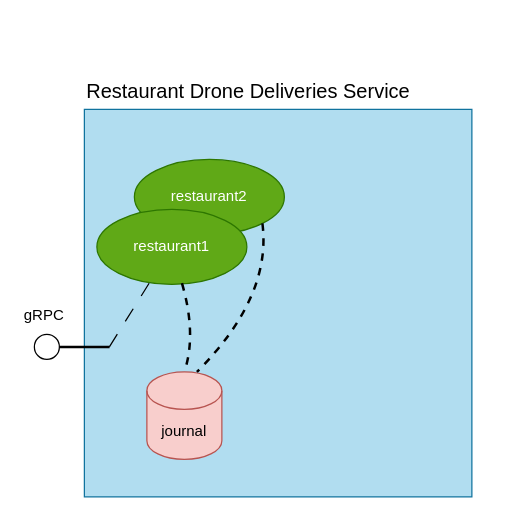
The draw.io diagram akka-edge-docs/src/main/paradox/images/guide-section-3.drawio in akka/akka-projection, before the edit. Source tidied: cells renumbered, new cells numbered last; positions are measured from the earlier drawing's top-left corner, leaving out a move shared by most shapes. Both pictures are drawn from the tidied source at 125%, with x=0, y=0 at pixel (21, 71).
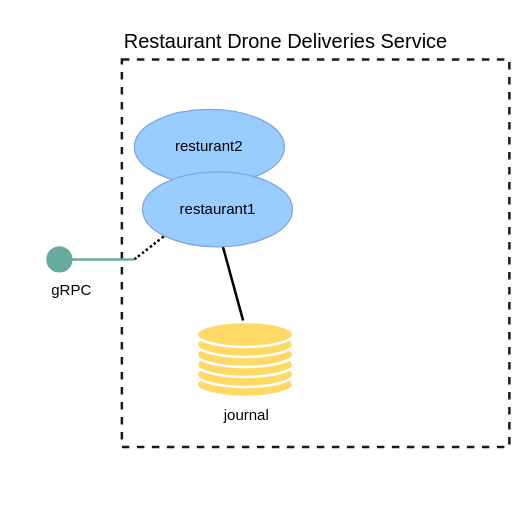
After the change.

Diff of the diagram source:
```diff
@@
-    <mxCell id="2" style="whiteSpace=wrap;html=1;fillColor=#b1ddf0;strokeColor=#10739e;" parent="1" vertex="1">
-      <mxGeometry x="50" y="30" width="310" height="310" as="geometry" />
-    </mxCell>
+    <mxCell id="13" style="whiteSpace=wrap;html=1;fillColor=#FFFFFF;strokeColor=#1A1A1A;strokeWidth=2;dashed=1;" parent="1" vertex="1">
+      <mxGeometry x="80" y="-10" width="310" height="310" as="geometry" />
+    </mxCell>
+    <mxCell id="14" style="endArrow=none;html=1;rounded=0;strokeWidth=2;endFill=0;exitX=0.367;exitY=-0.014;exitDx=0;exitDy=0;exitPerimeter=0;" parent="1" edge="1">
+      <mxGeometry relative="1" as="geometry">
+        <mxPoint x="177" y="199" as="sourcePoint" />
+        <mxPoint x="160.7" y="139.4" as="targetPoint" />
+      </mxGeometry>
+    </mxCell>
+    <mxCell id="8" value="Restaurant Drone Deliveries Service" style="text;html=1;strokeColor=none;fillColor=none;align=left;verticalAlign=middle;whiteSpace=wrap;rounded=0;fontSize=16;" parent="1" vertex="1">
+      <mxGeometry x="80" y="-40" width="290" height="30" as="geometry" />
+    </mxCell>
-    <mxCell id="3" value="journal" style="shape=cylinder3;whiteSpace=wrap;html=1;boundedLbl=1;backgroundOutline=1;size=15;fillColor=#f8cecc;strokeColor=#b85450;" parent="1" vertex="1">
-      <mxGeometry x="100" y="240" width="60" height="70" as="geometry" />
+    <mxCell id="3" value="journal" style="text;html=1;strokeColor=none;fillColor=none;align=center;verticalAlign=middle;whiteSpace=wrap;rounded=0;" parent="1" vertex="1">
+      <mxGeometry x="120" y="260" width="120" height="30" as="geometry" />
     </mxCell>
-    <mxCell id="4" value="restaurant2" style="ellipse;whiteSpace=wrap;html=1;fillColor=#60a917;strokeColor=#2D7600;fontColor=#ffffff;" parent="1" vertex="1">
-      <mxGeometry x="90" y="70" width="120" height="60" as="geometry" />
-    </mxCell>
+    <mxCell id="15" style="group;" parent="1" vertex="1">
+      <mxGeometry x="140" y="200" width="77" height="60" as="geometry" />
+    </mxCell>
+    <mxCell id="16" style="ellipse;whiteSpace=wrap;html=1;fillColor=#FFD966;strokeColor=#FFFFFF;strokeWidth=2;" parent="15" vertex="1">
+      <mxGeometry y="40" width="77" height="20" as="geometry" />
+    </mxCell>
+    <mxCell id="17" style="ellipse;whiteSpace=wrap;html=1;fillColor=#FFD966;strokeColor=#FFFFFF;strokeWidth=2;" parent="15" vertex="1">
+      <mxGeometry y="32" width="77" height="20" as="geometry" />
+    </mxCell>
+    <mxCell id="18" style="ellipse;whiteSpace=wrap;html=1;fillColor=#FFD966;strokeColor=#FFFFFF;strokeWidth=2;" parent="15" vertex="1">
+      <mxGeometry y="24" width="77" height="20" as="geometry" />
+    </mxCell>
+    <mxCell id="19" style="ellipse;whiteSpace=wrap;html=1;fillColor=#FFD966;strokeColor=#FFFFFF;strokeWidth=2;" parent="15" vertex="1">
+      <mxGeometry y="16" width="77" height="20" as="geometry" />
+    </mxCell>
+    <mxCell id="20" style="ellipse;whiteSpace=wrap;html=1;fillColor=#FFD966;strokeColor=#FFFFFF;strokeWidth=2;" parent="15" vertex="1">
+      <mxGeometry y="8" width="77" height="20" as="geometry" />
+    </mxCell>
+    <mxCell id="21" style="ellipse;whiteSpace=wrap;html=1;fillColor=#FFD966;strokeColor=#FFFFFF;strokeWidth=2;" parent="15" vertex="1">
+      <mxGeometry width="77" height="20" as="geometry" />
+    </mxCell>
+    <mxCell id="22" style="rounded=0;jettySize=auto;html=1;strokeWidth=2;endArrow=none;endFill=0;exitX=1;exitY=0.5;exitDx=0;exitDy=0;strokeColor=#67AB9F;" parent="1" edge="1" source="23">
+      <mxGeometry relative="1" as="geometry">
+        <mxPoint x="90" y="150" as="targetPoint" />
+      </mxGeometry>
+    </mxCell>
+    <mxCell id="23" style="ellipse;whiteSpace=wrap;html=1;strokeColor=#67AB9F;fillColor=#67AB9F;" parent="1" vertex="1">
+      <mxGeometry x="20" y="140" width="20" height="20" as="geometry" />
+    </mxCell>
+    <mxCell id="12" value="gRPC" style="text;html=1;strokeColor=none;fillColor=none;align=center;verticalAlign=middle;whiteSpace=wrap;rounded=0;" parent="1" vertex="1">
+      <mxGeometry x="10" y="160" width="60" height="30" as="geometry" />
+    </mxCell>
+    <mxCell id="24" value="resturant2" style="ellipse;whiteSpace=wrap;html=1;fillColor=#99CCFF;strokeColor=#7EA6E0;fontColor=#000000;" parent="1" vertex="1">
+      <mxGeometry x="90" y="30" width="120" height="60" as="geometry" />
+    </mxCell>
+    <mxCell id="25" style="endArrow=none;html=1;strokeWidth=2;endFill=0;curved=1;dashed=1;entryX=0;entryY=1;entryDx=0;entryDy=0;dashPattern=1 1;" parent="1" edge="1" target="5">
+      <mxGeometry relative="1" as="geometry">
+        <mxPoint x="90" y="150" as="sourcePoint" />
+      </mxGeometry>
+    </mxCell>
-    <mxCell id="5" value="restaurant1" style="ellipse;whiteSpace=wrap;html=1;fillColor=#60a917;strokeColor=#2D7600;fontColor=#ffffff;" parent="1" vertex="1">
-      <mxGeometry x="60" y="110" width="120" height="60" as="geometry" />
+    <mxCell id="5" value="restaurant1" style="ellipse;whiteSpace=wrap;html=1;fillColor=#99CCFF;strokeColor=#7EA6E0;fontColor=#000000;" parent="1" vertex="1">
+      <mxGeometry x="96.5" y="80" width="120" height="60" as="geometry" />
     </mxCell>
-    <mxCell id="6" style="endArrow=none;html=1;exitX=0.567;exitY=0.983;exitDx=0;exitDy=0;exitPerimeter=0;entryX=0.5;entryY=0;entryDx=0;entryDy=0;entryPerimeter=0;strokeWidth=2;endFill=0;jumpStyle=none;strokeColor=default;dashed=1;curved=1;" parent="1" edge="1" source="5" target="3">
-      <mxGeometry relative="1" as="geometry">
-        <Array as="points">
-          <mxPoint x="140" y="210" />
-        </Array>
-      </mxGeometry>
-    </mxCell>
-    <mxCell id="7" style="endArrow=none;html=1;exitX=1;exitY=1;exitDx=0;exitDy=0;strokeWidth=2;endFill=0;dashed=1;curved=1;" parent="1" edge="1" source="4">
-      <mxGeometry relative="1" as="geometry">
-        <mxPoint x="140" y="240" as="targetPoint" />
-        <Array as="points">
-          <mxPoint x="200" y="180" />
-        </Array>
-      </mxGeometry>
-    </mxCell>
-    <mxCell id="8" value="Restaurant Drone Deliveries Service" style="text;html=1;strokeColor=none;fillColor=none;align=left;verticalAlign=middle;whiteSpace=wrap;rounded=0;fontSize=16;" parent="1" vertex="1">
-      <mxGeometry x="50" width="290" height="30" as="geometry" />
-    </mxCell>
-    <mxCell id="9" style="ellipse;whiteSpace=wrap;html=1;" parent="1" vertex="1">
-      <mxGeometry x="10" y="210" width="20" height="20" as="geometry" />
-    </mxCell>
-    <mxCell id="10" style="endArrow=none;html=1;rounded=0;strokeWidth=2;endFill=0;exitX=0.065;exitY=0.613;exitDx=0;exitDy=0;exitPerimeter=0;entryX=1;entryY=0.5;entryDx=0;entryDy=0;" parent="1" edge="1" source="2" target="9">
-      <mxGeometry relative="1" as="geometry" />
-    </mxCell>
-    <mxCell id="11" style="endArrow=none;html=1;rounded=0;dashed=1;dashPattern=12 12;" parent="1" edge="1" target="5">
-      <mxGeometry relative="1" as="geometry">
-        <mxPoint x="70" y="220" as="sourcePoint" />
-      </mxGeometry>
-    </mxCell>
-    <mxCell id="12" value="gRPC" style="text;html=1;strokeColor=none;fillColor=none;align=left;verticalAlign=middle;whiteSpace=wrap;rounded=0;fontSize=12;" parent="1" vertex="1">
-      <mxGeometry y="180" width="50" height="30" as="geometry" />
-    </mxCell>
```
